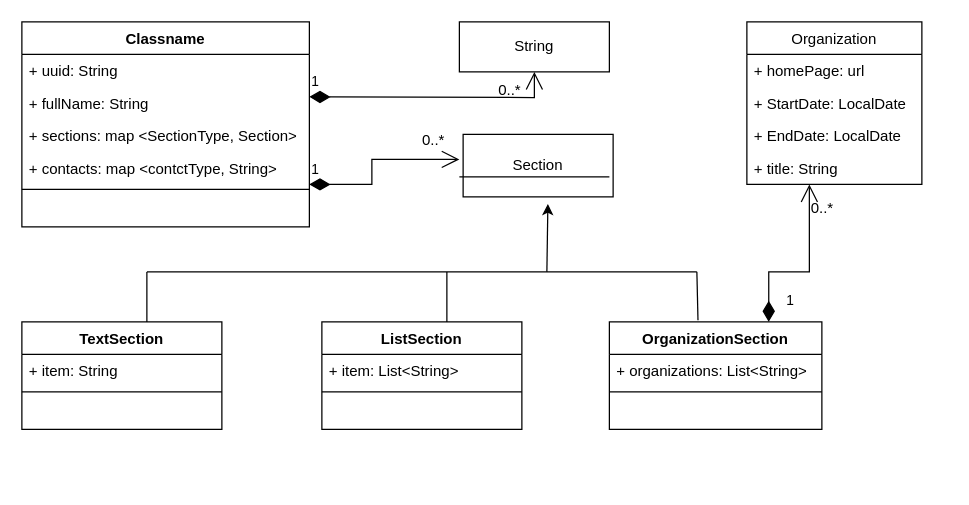
Before: Resume.drawio in sergr972/basejava, a draw.io diagram. Source tidied: cells renumbered, new cells numbered last; positions are measured from the earlier drawing's top-left corner, leaving out a move shared by most shapes. Both pictures are drawn from the tidied source at 125%, with x=0, y=0 at pixel (21, 21).
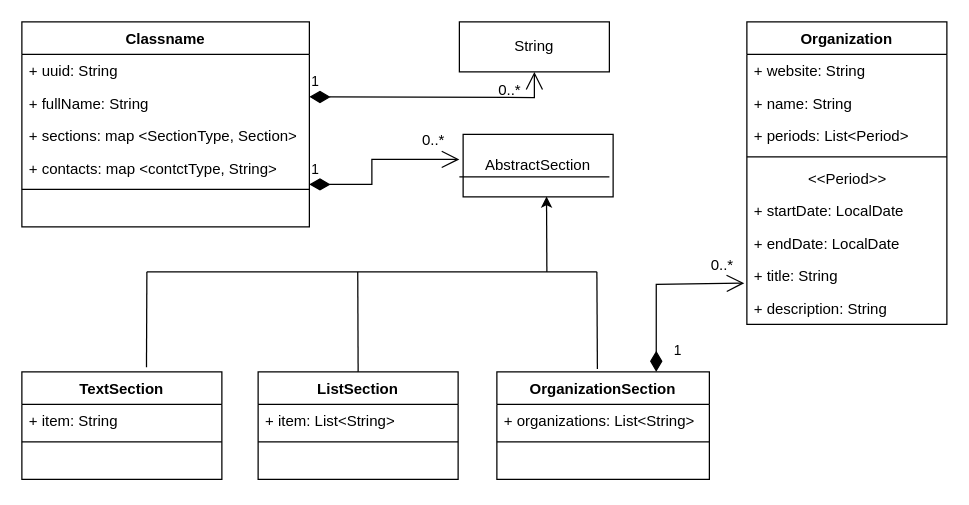
The same diagram, later.

Diff of the diagram source:
```diff
@@
-    <mxCell id="10" value="Section" style="whiteSpace=wrap;html=1;" parent="1" vertex="1">
+    <mxCell id="10" value="AbstractSection" style="whiteSpace=wrap;html=1;" parent="1" vertex="1">
       <mxGeometry x="353" y="90" width="120" height="50" as="geometry" />
     </mxCell>
@@
     <mxCell id="14" value="TextSection" style="swimlane;fontStyle=1;align=center;verticalAlign=top;horizontal=1;startSize=26;" parent="1" vertex="1">
-      <mxGeometry y="240" width="160" height="86" as="geometry" />
+      <mxGeometry y="280" width="160" height="86" as="geometry" />
     </mxCell>
@@
     <mxCell id="18" value="ListSection" style="swimlane;fontStyle=1;align=center;verticalAlign=top;horizontal=1;startSize=26;" parent="1" vertex="1">
-      <mxGeometry x="240" y="240" width="160" height="86" as="geometry" />
+      <mxGeometry x="189" y="280" width="160" height="86" as="geometry" />
     </mxCell>
@@
     <mxCell id="22" value="OrganizationSection" style="swimlane;fontStyle=1;align=center;verticalAlign=top;horizontal=1;startSize=26;" parent="1" vertex="1">
-      <mxGeometry x="470" y="240" width="170" height="86" as="geometry" />
+      <mxGeometry x="380" y="280" width="170" height="86" as="geometry" />
     </mxCell>
@@
-    <mxCell id="26" value="Organization" style="swimlane;fontStyle=0;horizontal=1;startSize=26;fillColor=none;" parent="1" vertex="1">
-      <mxGeometry x="580" width="140" height="130" as="geometry" />
-    </mxCell>
-    <mxCell id="27" value="+ homePage: url" style="text;strokeColor=none;fillColor=none;align=left;verticalAlign=top;spacingLeft=4;spacingRight=4;overflow=hidden;" parent="26" vertex="1">
-      <mxGeometry y="26" width="140" height="26" as="geometry" />
-    </mxCell>
-    <mxCell id="28" value="+ StartDate: LocalDate" style="text;strokeColor=none;fillColor=none;align=left;verticalAlign=top;spacingLeft=4;spacingRight=4;overflow=hidden;" parent="26" vertex="1">
-      <mxGeometry y="52" width="140" height="26" as="geometry" />
-    </mxCell>
-    <mxCell id="29" value="+ EndDate: LocalDate" style="text;strokeColor=none;fillColor=none;align=left;verticalAlign=top;spacingLeft=4;spacingRight=4;overflow=hidden;" parent="26" vertex="1">
-      <mxGeometry y="78" width="140" height="26" as="geometry" />
-    </mxCell>
-    <mxCell id="30" value="+ title: String" style="text;strokeColor=none;fillColor=none;align=left;verticalAlign=top;spacingLeft=4;spacingRight=4;overflow=hidden;points=[[0,0.5],[1,0.5]];portConstraint=eastwest;" parent="26" vertex="1">
-      <mxGeometry y="104" width="140" height="26" as="geometry" />
-    </mxCell>
-    <mxCell id="31" style="endArrow=none;html=1;rounded=0;" parent="1" edge="1">
+    <mxCell id="31" style="endArrow=none;html=1;rounded=0;exitX=0.623;exitY=-0.043;exitDx=0;exitDy=0;exitPerimeter=0;" parent="1" edge="1" source="14">
       <mxGeometry relative="1" as="geometry">
-        <mxPoint x="100" y="240" as="sourcePoint" />
         <mxPoint x="100" y="200" as="targetPoint" />
       </mxGeometry>
     </mxCell>
-    <mxCell id="32" style="endArrow=none;html=1;rounded=0;" parent="1" edge="1">
+    <mxCell id="32" style="endArrow=none;html=1;rounded=0;exitX=0.5;exitY=0;exitDx=0;exitDy=0;" parent="1" edge="1" source="18">
       <mxGeometry relative="1" as="geometry">
-        <mxPoint x="340" y="240" as="sourcePoint" />
-        <mxPoint x="340" y="200" as="targetPoint" />
+        <mxPoint x="268.7" y="200" as="targetPoint" />
       </mxGeometry>
     </mxCell>
-    <mxCell id="33" style="endArrow=none;html=1;rounded=0;exitX=0.417;exitY=-0.016;exitDx=0;exitDy=0;exitPerimeter=0;" parent="1" edge="1" source="22">
+    <mxCell id="33" style="endArrow=none;html=1;rounded=0;exitX=0.473;exitY=-0.027;exitDx=0;exitDy=0;exitPerimeter=0;" parent="1" edge="1" source="22">
       <mxGeometry relative="1" as="geometry">
-        <mxPoint x="540" y="200" as="targetPoint" />
+        <mxPoint x="460" y="200" as="targetPoint" />
       </mxGeometry>
     </mxCell>
     <mxCell id="34" style="endArrow=none;html=1;rounded=0;" parent="1" edge="1">
       <mxGeometry relative="1" as="geometry">
         <mxPoint x="100" y="200" as="sourcePoint" />
-        <mxPoint x="540" y="200" as="targetPoint" />
+        <mxPoint x="460" y="200" as="targetPoint" />
       </mxGeometry>
     </mxCell>
-    <mxCell id="35" style="endArrow=classic;html=1;rounded=0;entryX=0.565;entryY=1.113;entryDx=0;entryDy=0;entryPerimeter=0;" parent="1" edge="1" target="10">
+    <mxCell id="35" style="endArrow=classic;html=1;rounded=0;entryX=0.556;entryY=0.994;entryDx=0;entryDy=0;entryPerimeter=0;" parent="1" edge="1" target="10">
       <mxGeometry relative="1" as="geometry">
         <mxPoint x="420" y="200" as="sourcePoint" />
       </mxGeometry>
     </mxCell>
-    <mxCell id="36" value="1" style="endArrow=open;html=1;endSize=12;startArrow=diamondThin;startSize=14;startFill=1;edgeStyle=orthogonalEdgeStyle;align=left;verticalAlign=bottom;rounded=0;exitX=0.75;exitY=0;exitDx=0;exitDy=0;entryX=0.357;entryY=1;entryDx=0;entryDy=0;entryPerimeter=0;" parent="1" edge="1" source="22" target="30">
+    <mxCell id="36" value="1" style="endArrow=open;html=1;endSize=12;startArrow=diamondThin;startSize=14;startFill=1;edgeStyle=orthogonalEdgeStyle;align=left;verticalAlign=bottom;rounded=0;exitX=0.75;exitY=0;exitDx=0;exitDy=0;entryX=-0.013;entryY=0.731;entryDx=0;entryDy=0;entryPerimeter=0;" parent="1" edge="1" source="22" target="30">
       <mxGeometry x="-0.87" y="-12" relative="1" as="geometry">
         <Array as="points">
-          <mxPoint x="598" y="200" />
-          <mxPoint x="630" y="200" />
+          <mxPoint x="508" y="210" />
+          <mxPoint x="578" y="210" />
         </Array>
         <mxPoint y="1" as="offset" />
       </mxGeometry>
     </mxCell>
@@
     <mxCell id="39" value="0..*" style="text;html=1;align=center;verticalAlign=middle;strokeColor=none;fillColor=none;" parent="1" vertex="1">
-      <mxGeometry x="620" y="134" width="40" height="30" as="geometry" />
+      <mxGeometry x="540" y="180" width="40" height="30" as="geometry" />
     </mxCell>
+    <mxCell id="26" value="Organization" style="swimlane;fontStyle=1;align=center;verticalAlign=top;horizontal=1;startSize=26;" parent="1" vertex="1">
+      <mxGeometry x="580" width="160" height="242" as="geometry" />
+    </mxCell>
+    <mxCell id="40" value="+ website: String" style="text;strokeColor=none;fillColor=none;align=left;verticalAlign=top;spacingLeft=4;spacingRight=4;overflow=hidden;" parent="26" vertex="1">
+      <mxGeometry y="26" width="160" height="26" as="geometry" />
+    </mxCell>
+    <mxCell id="41" value="+ name: String" style="text;strokeColor=none;fillColor=none;align=left;verticalAlign=top;spacingLeft=4;spacingRight=4;overflow=hidden;" parent="26" vertex="1">
+      <mxGeometry y="52" width="160" height="26" as="geometry" />
+    </mxCell>
+    <mxCell id="42" value="+ periods: List&lt;Period&gt;&#10;  " style="text;strokeColor=none;fillColor=none;align=left;verticalAlign=top;spacingLeft=4;spacingRight=4;overflow=hidden;" parent="26" vertex="1">
+      <mxGeometry y="78" width="160" height="26" as="geometry" />
+    </mxCell>
+    <mxCell id="43" style="line;strokeWidth=1;fillColor=none;align=left;verticalAlign=middle;spacingTop=-1;spacingLeft=3;spacingRight=3;labelPosition=right;strokeColor=inherit;" parent="26" vertex="1">
+      <mxGeometry y="104" width="160" height="8" as="geometry" />
+    </mxCell>
+    <mxCell id="44" value="             &lt;&lt;Period&gt;&gt;" style="text;strokeColor=none;fillColor=none;align=left;verticalAlign=top;spacingLeft=4;spacingRight=4;overflow=hidden;" parent="26" vertex="1">
+      <mxGeometry y="112" width="160" height="26" as="geometry" />
+    </mxCell>
+    <mxCell id="45" value="+ startDate: LocalDate" style="text;strokeColor=none;fillColor=none;align=left;verticalAlign=top;spacingLeft=4;spacingRight=4;overflow=hidden;" parent="26" vertex="1">
+      <mxGeometry y="138" width="160" height="26" as="geometry" />
+    </mxCell>
+    <mxCell id="46" value="+ endDate: LocalDate" style="text;strokeColor=none;fillColor=none;align=left;verticalAlign=top;spacingLeft=4;spacingRight=4;overflow=hidden;" parent="26" vertex="1">
+      <mxGeometry y="164" width="160" height="26" as="geometry" />
+    </mxCell>
+    <mxCell id="30" value="+ title: String" style="text;strokeColor=none;fillColor=none;align=left;verticalAlign=top;spacingLeft=4;spacingRight=4;overflow=hidden;points=[[0,0.5],[1,0.5]];portConstraint=eastwest;" parent="26" vertex="1">
+      <mxGeometry y="190" width="160" height="26" as="geometry" />
+    </mxCell>
+    <mxCell id="47" value="+ description: String" style="text;strokeColor=none;fillColor=none;align=left;verticalAlign=top;spacingLeft=4;spacingRight=4;overflow=hidden;" parent="26" vertex="1">
+      <mxGeometry y="216" width="160" height="26" as="geometry" />
+    </mxCell>
```
